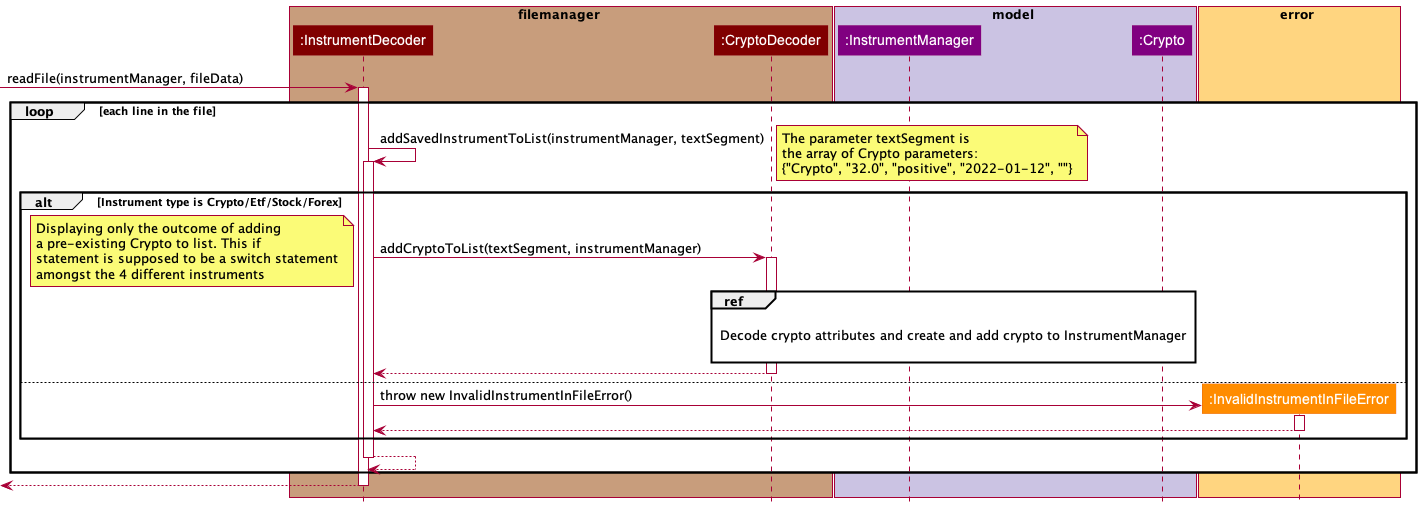
williamlamjy/mTracker keeps this PlantUML diagram as docs/images/FileManagerSequenceDiagram.png. Above is the earlier version.
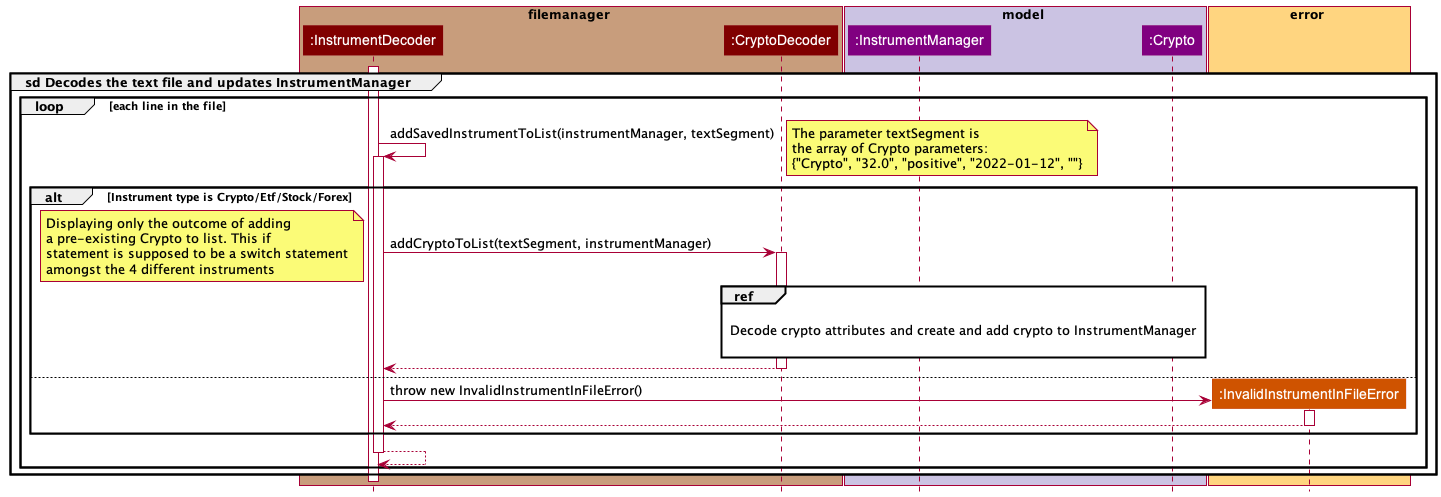
The same file after the commit.

Change to the diagram source:
```diff
@@ -1,6 +1,7 @@
 @startuml
 !include Styles.puml
 
+group sd Decodes the text file and updates InstrumentManager
 box filemanager COLOR_STORAGE_SEGMENT
 participant ":InstrumentDecoder" as InstrumentDecoder COLOR_STORAGE
 participant ":CryptoDecoder" as CryptoDecoder COLOR_STORAGE
@@ -16,7 +17,7 @@
 end box
 
 
-    [-> InstrumentDecoder: readFile(instrumentManager, fileData)
+
     activate InstrumentDecoder
 
         loop each line in the file
@@ -63,7 +64,8 @@
 
                     end
 
-                    [<--InstrumentDecoder
+                    end
                     deactivate InstrumentDecoder
 
+
 @enduml
```
